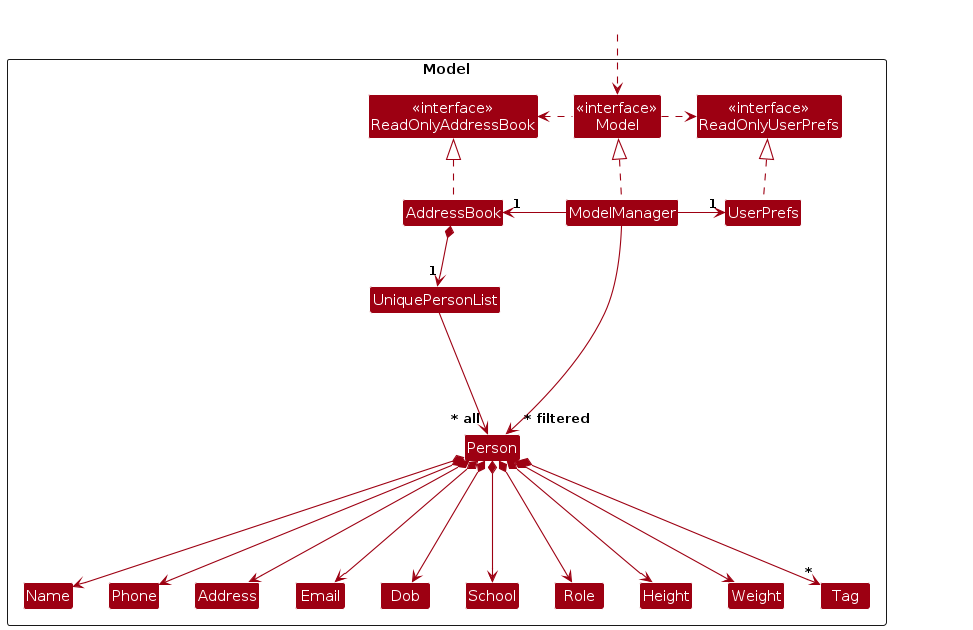
Earlier version of the PlantUML export diagrams/ModelClassDiagram.png (AY2526S1-CS2103-F13-1/tp). Its source is kept beside it as diagrams/ModelClassDiagram.puml.
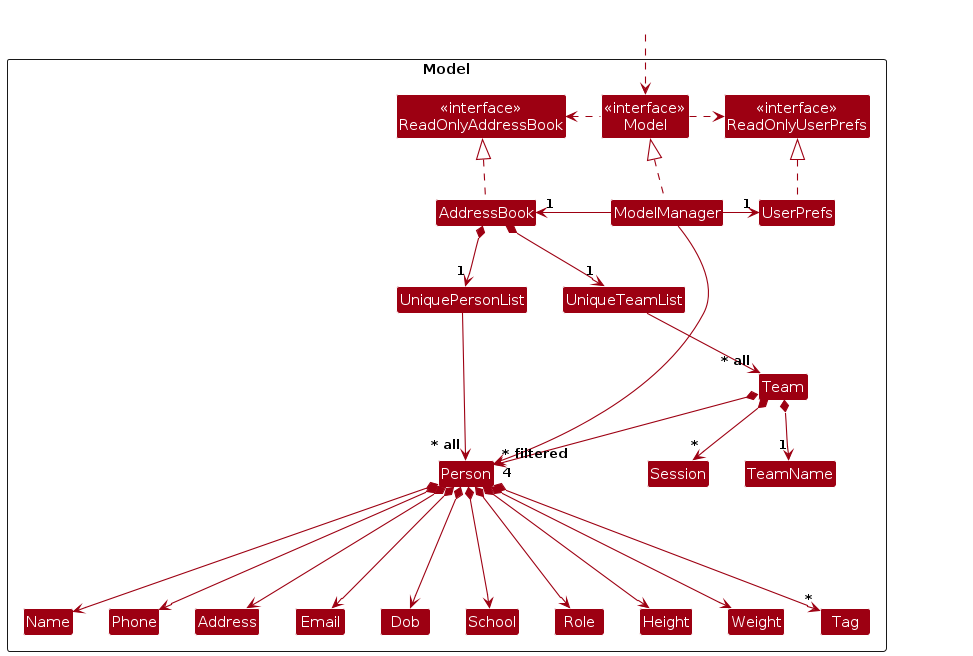
The same diagram one commit later.

The edit, as a diff of the source:
```diff
@@ -13,7 +13,10 @@
 Class UserPrefs
 
 Class UniquePersonList
+Class UniqueTeamList
 Class Person
+Class Team
+Class TeamName
 Class Address
 Class Email
 Class Name
@@ -24,6 +27,7 @@
 Class Role
 Class Height
 Class Weight
+Class Session
 
 Class I #FFFFFF
 }
@@ -53,6 +57,12 @@
 Person *--> Weight
 Person *--> "*" Tag
 
+AddressBook *--> "1" UniqueTeamList
+UniqueTeamList --> "~* all" Team
+Team *--> "4" Person
+Team *--> "*" Session
+Team *--> "1" TeamName
+
 Person -[hidden]up--> I
 UniquePersonList -[hidden]right-> I
 
@@ -66,6 +76,8 @@
 Height -[hidden]right-> Weight
 Weight -[hidden]right-> Tag
 
+Team -[hidden]down-> _Spacer
+
 class _Spacer #FFFFFF
 ModelManager -[hidden]-> _Spacer
 ModelManager --> "~* filtered" Person
```
